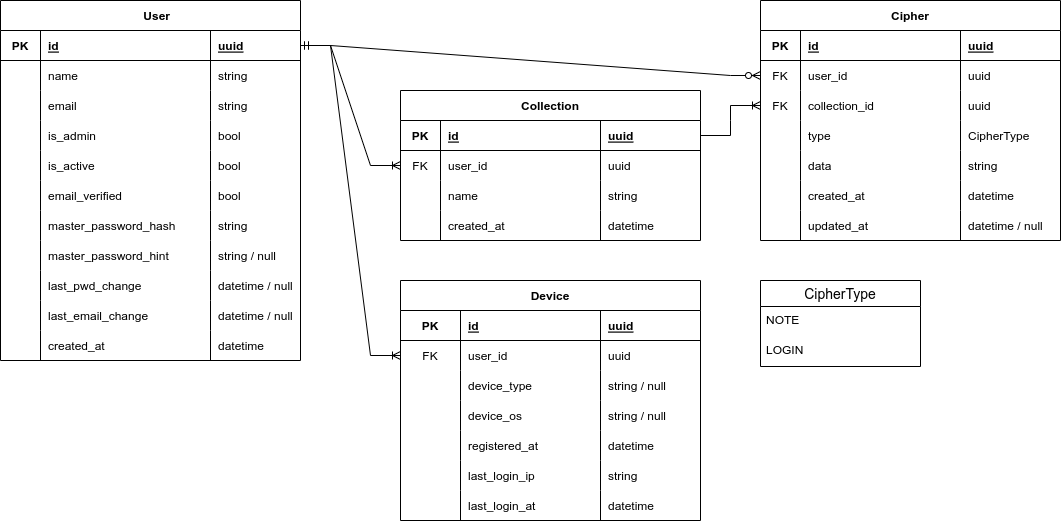
Vaultexe/diagrams keeps this draw.io diagram as rdm.drawio.png. Above is the earlier version. Source tidied: cells renumbered, new cells last; positions are measured from the earlier drawing's top-left corner, leaving out a move shared by most shapes.
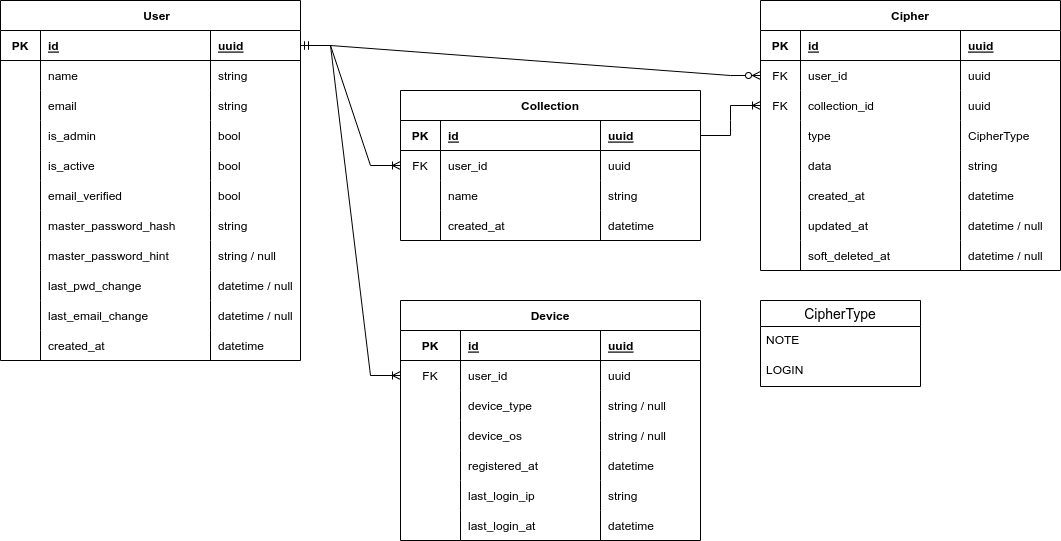
Above is the later version.

Commit message:
Add soft delete to cipher

Diff of the diagram source:
```diff
@@ -138,7 +138,7 @@
       <mxGeometry x="210" width="90" height="30" as="geometry" />
     </mxCell>
     <mxCell id="47" value="Cipher" style="shape=table;startSize=30;rowLines=0;fontStyle=1;align=center;rounded=0;" parent="1" vertex="1">
-      <mxGeometry x="760" width="300" height="240" as="geometry" />
+      <mxGeometry x="760" width="300" height="270" as="geometry" />
     </mxCell>
     <mxCell id="48" style="shape=tableRow;horizontal=0;startSize=0;swimlaneHead=0;swimlaneBody=0;fillColor=none;top=0;left=0;right=0;bottom=1;rounded=0;" parent="47" vertex="1">
       <mxGeometry y="30" width="300" height="30" as="geometry" />
@@ -224,6 +224,18 @@
     <mxCell id="75" value="datetime / null" style="shape=partialRectangle;fillColor=none;top=0;left=0;bottom=0;right=0;align=left;spacingLeft=6;overflow=hidden;rounded=0;" parent="72" vertex="1">
       <mxGeometry x="200" width="100" height="30" as="geometry" />
     </mxCell>
+    <mxCell id="129" style="shape=tableRow;horizontal=0;startSize=0;swimlaneHead=0;swimlaneBody=0;fillColor=none;top=0;left=0;right=0;bottom=0;rounded=0;" parent="47" vertex="1">
+      <mxGeometry y="240" width="300" height="30" as="geometry" />
+    </mxCell>
+    <mxCell id="130" style="shape=partialRectangle;fillColor=none;top=0;left=0;bottom=0;right=0;overflow=hidden;rounded=0;" parent="129" vertex="1">
+      <mxGeometry width="40" height="30" as="geometry" />
+    </mxCell>
+    <mxCell id="131" value="soft_deleted_at" style="shape=partialRectangle;fillColor=none;top=0;left=0;bottom=0;right=0;align=left;spacingLeft=6;overflow=hidden;rounded=0;" parent="129" vertex="1">
+      <mxGeometry x="40" width="160" height="30" as="geometry" />
+    </mxCell>
+    <mxCell id="132" value="datetime / null" style="shape=partialRectangle;fillColor=none;top=0;left=0;bottom=0;right=0;align=left;spacingLeft=6;overflow=hidden;rounded=0;" parent="129" vertex="1">
+      <mxGeometry x="200" width="100" height="30" as="geometry" />
+    </mxCell>
     <mxCell id="76" value="Collection" style="shape=table;startSize=30;rowLines=0;fontStyle=1;align=center;rounded=0;" parent="1" vertex="1">
       <mxGeometry x="400" y="90" width="300" height="150" as="geometry" />
     </mxCell>
@@ -279,7 +291,7 @@
       <mxGeometry relative="1" as="geometry" />
     </mxCell>
     <mxCell id="94" value="Device" style="shape=table;startSize=30;rowLines=0;fontStyle=1;align=center;rounded=0;" parent="1" vertex="1">
-      <mxGeometry x="400" y="280" width="300" height="240" as="geometry" />
+      <mxGeometry x="400" y="300" width="300" height="240" as="geometry" />
     </mxCell>
     <mxCell id="95" style="shape=tableRow;horizontal=0;startSize=0;swimlaneHead=0;swimlaneBody=0;fillColor=none;top=0;left=0;right=0;bottom=1;rounded=0;" parent="94" vertex="1">
       <mxGeometry y="30" width="300" height="30" as="geometry" />
@@ -375,7 +387,7 @@
       <mxGeometry relative="1" as="geometry" />
     </mxCell>
     <mxCell id="126" value="CipherType" style="swimlane;fontStyle=0;horizontal=1;startSize=26;align=center;fontSize=14;" parent="1" vertex="1">
-      <mxGeometry x="760" y="280" width="160" height="86" as="geometry" />
+      <mxGeometry x="760" y="300" width="160" height="86" as="geometry" />
     </mxCell>
     <mxCell id="127" value="NOTE" style="text;strokeColor=none;fillColor=none;spacingLeft=4;spacingRight=4;overflow=hidden;fontSize=12;" parent="126" vertex="1">
       <mxGeometry y="26" width="160" height="30" as="geometry" />
```
